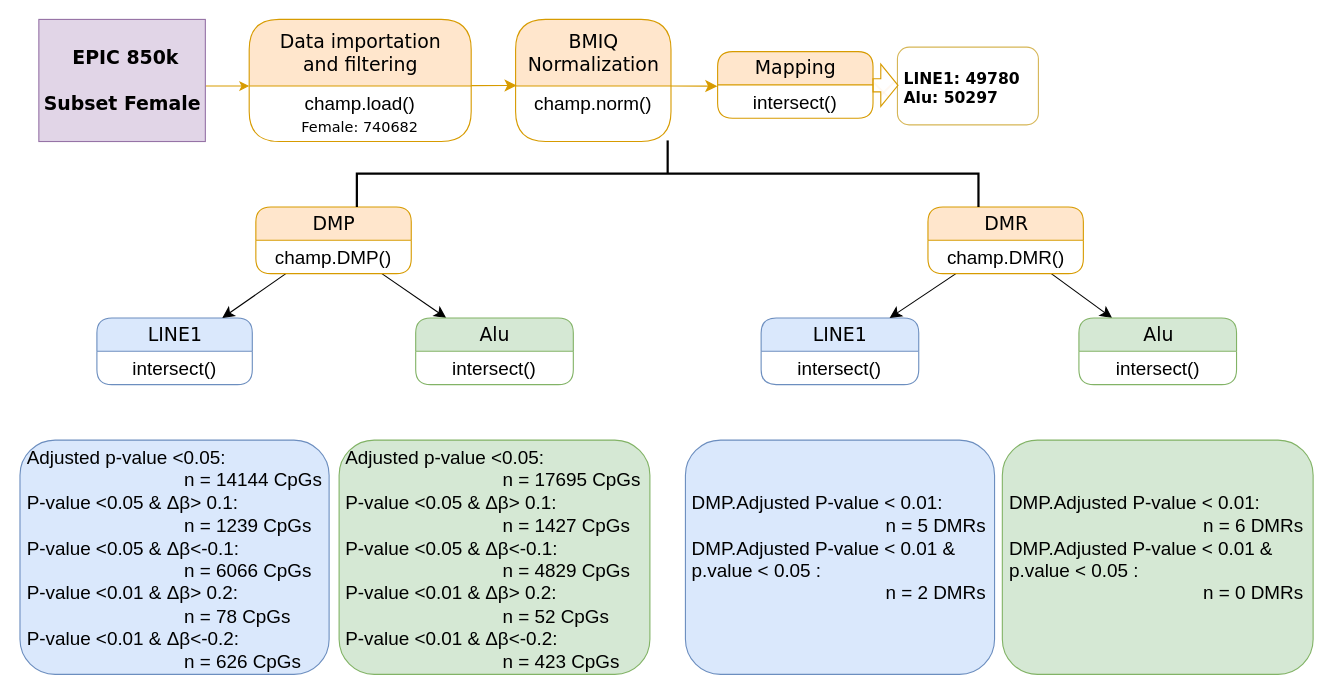
This is subset.drawio from mwLuan/image_storage, a draw.io file, before an edit. Source tidied: cells renumbered, new cells numbered last; positions are measured from the earlier drawing's top-left corner, leaving out a move shared by most shapes. Both pictures are drawn from the tidied source at 111%, with x=0, y=0 at pixel (20, -138).
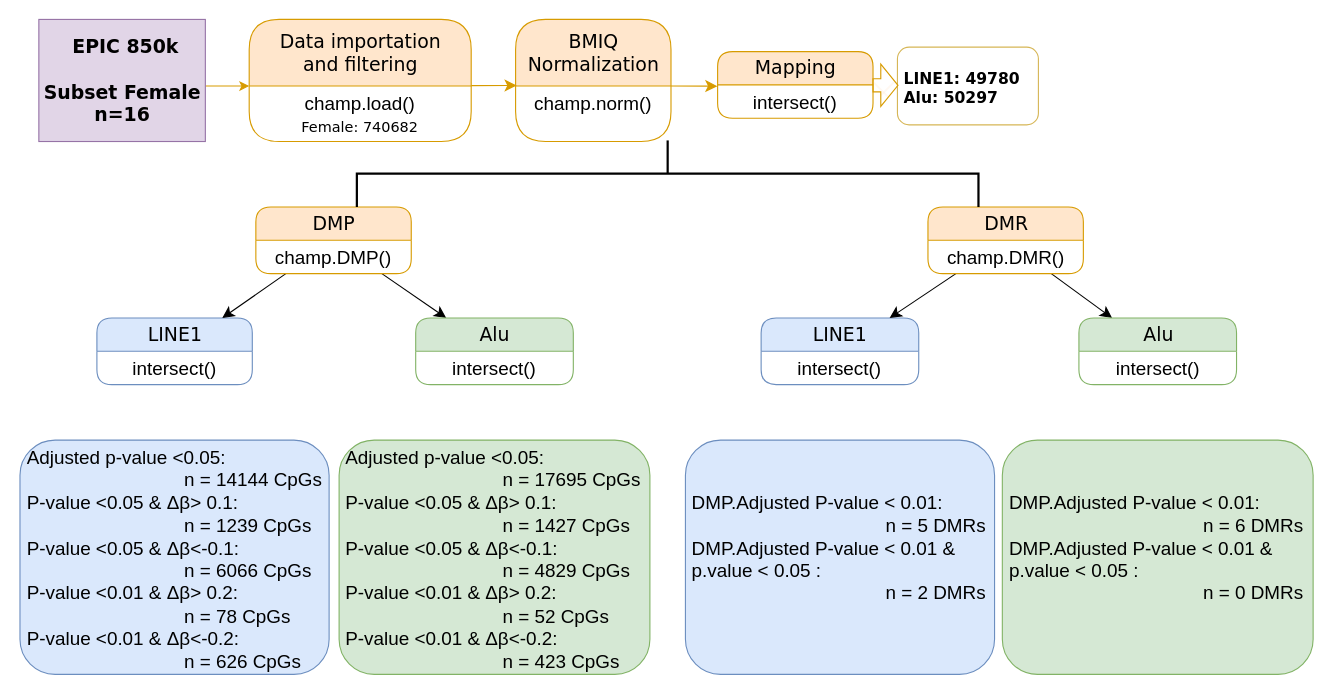
Above is the later version.

What changed in the source:
```diff
@@
-    <mxCell id="3" value="&lt;b style=&quot;font-size: 17px;&quot;&gt;&amp;nbsp;EPIC 850k&lt;br&gt;&lt;br&gt;Subset Female&lt;br&gt;&lt;/b&gt;" style="whiteSpace=wrap;html=1;rounded=0;shadow=0;comic=0;labelBackgroundColor=none;strokeWidth=1;fontFamily=Verdana;fontSize=12;align=center;fillColor=#e1d5e7;strokeColor=#9673a6;" parent="1" vertex="1">
+    <mxCell id="3" value="&lt;b style=&quot;font-size: 17px;&quot;&gt;&amp;nbsp;EPIC 850k&lt;br&gt;&lt;br&gt;Subset Female&lt;br&gt;&lt;/b&gt;&lt;div&gt;&lt;span style=&quot;font-size: 17px;&quot;&gt;&lt;b&gt;n=16&lt;/b&gt;&lt;/span&gt;&lt;/div&gt;" style="whiteSpace=wrap;html=1;rounded=0;shadow=0;comic=0;labelBackgroundColor=none;strokeWidth=1;fontFamily=Verdana;fontSize=12;align=center;fillColor=#e1d5e7;strokeColor=#9673a6;" parent="1" vertex="1">
       <mxGeometry x="16.5" y="141" width="150" height="110" as="geometry" />
     </mxCell>
```
